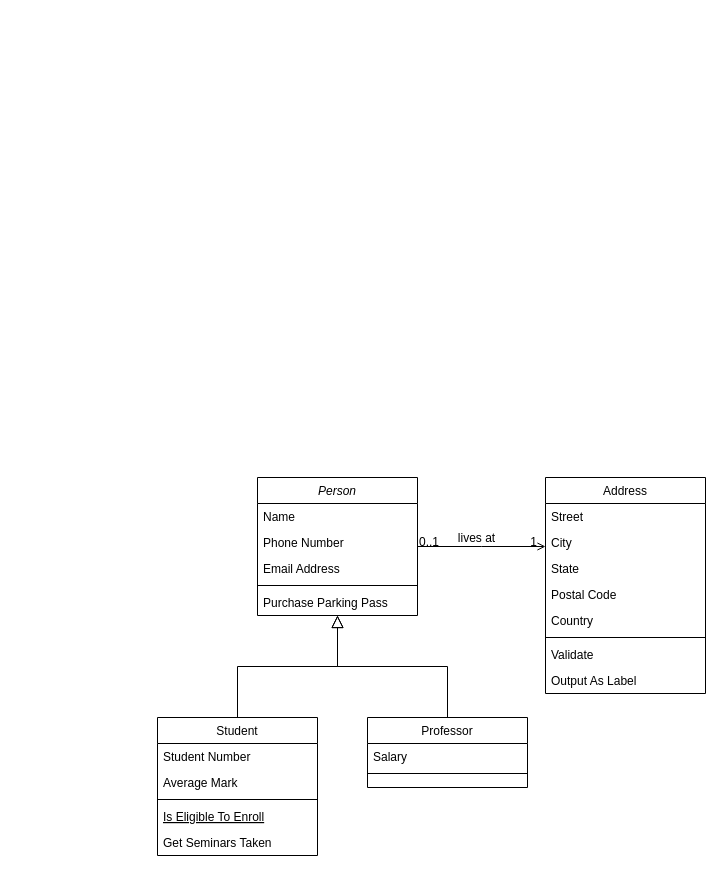
This is Diagrama sin título.drawio from WhitneySt/preworkshop-back, a draw.io file, before an edit. Source tidied: cells renumbered, new cells numbered last; positions are measured from the earlier drawing's top-left corner, leaving out a move shared by most shapes. Both pictures are drawn from the tidied source at 100%, with x=0, y=0 at pixel (157, 477).
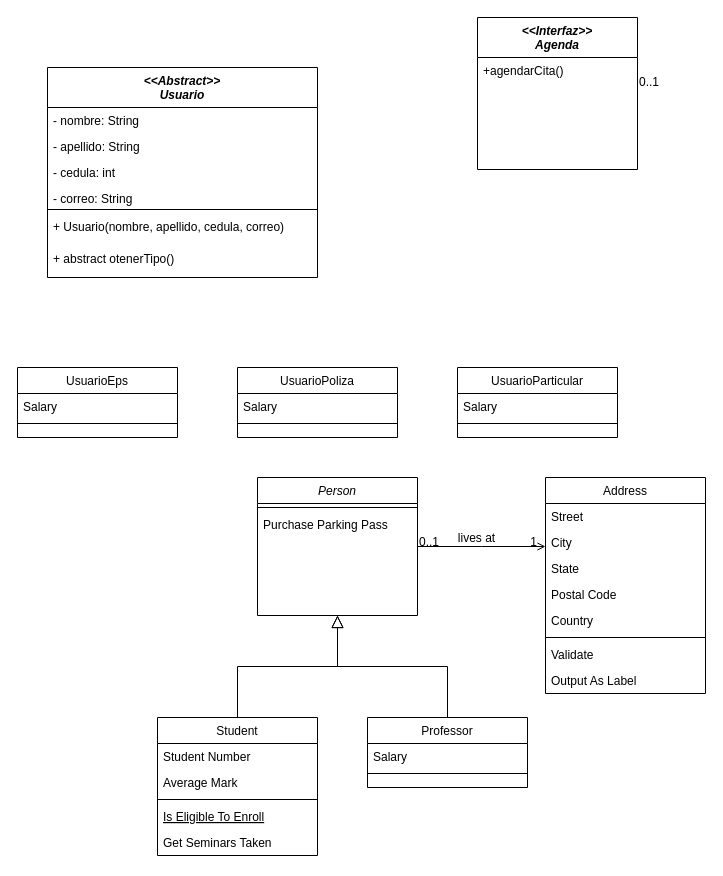
After the change.

Commit message:
Diagrama UML

The change refers to these unchanged cells:
```xml
<mxCell id="2" value="Person" style="swimlane;fontStyle=2;align=center;verticalAlign=top;horizontal=1;startSize=26;rounded=0;shadow=0;strokeWidth=1;" parent="1" vertex="1">
  <mxGeometry x="100" width="160" height="138" as="geometry" />
</mxCell>
```

The edit, as a diff of the source:
```diff
@@
-    <mxCell id="3" value="Name" style="text;align=left;verticalAlign=top;spacingLeft=4;spacingRight=4;overflow=hidden;" parent="2" vertex="1">
-      <mxGeometry y="26" width="160" height="26" as="geometry" />
-    </mxCell>
-    <mxCell id="4" value="Phone Number" style="text;align=left;verticalAlign=top;spacingLeft=4;spacingRight=4;overflow=hidden;rounded=0;shadow=0;html=0;" parent="2" vertex="1">
-      <mxGeometry y="52" width="160" height="26" as="geometry" />
-    </mxCell>
-    <mxCell id="5" value="Email Address" style="text;align=left;verticalAlign=top;spacingLeft=4;spacingRight=4;overflow=hidden;rounded=0;shadow=0;html=0;" parent="2" vertex="1">
-      <mxGeometry y="78" width="160" height="26" as="geometry" />
-    </mxCell>
     <mxCell id="6" style="line;html=1;strokeWidth=1;align=left;verticalAlign=middle;spacingTop=-1;spacingLeft=3;spacingRight=3;labelPosition=right;" parent="2" vertex="1">
-      <mxGeometry y="104" width="160" height="8" as="geometry" />
+      <mxGeometry y="26" width="160" height="8" as="geometry" />
     </mxCell>
     <mxCell id="7" value="Purchase Parking Pass" style="text;align=left;verticalAlign=top;spacingLeft=4;spacingRight=4;overflow=hidden;" parent="2" vertex="1">
-      <mxGeometry y="112" width="160" height="26" as="geometry" />
+      <mxGeometry y="34" width="160" height="26" as="geometry" />
     </mxCell>
@@
+    <mxCell id="32" value="&lt;&lt;Interfaz&gt;&gt;&#10;Agenda" style="swimlane;fontStyle=3;align=center;verticalAlign=top;horizontal=1;startSize=40;rounded=0;shadow=0;strokeWidth=1;" parent="1" vertex="1">
+      <mxGeometry x="320" y="-460" width="160" height="152" as="geometry" />
+    </mxCell>
+    <mxCell id="33" value="+agendarCita()" style="text;align=left;verticalAlign=top;spacingLeft=4;spacingRight=4;overflow=hidden;" parent="32" vertex="1">
+      <mxGeometry y="40" width="160" height="26" as="geometry" />
+    </mxCell>
+    <mxCell id="34" value="0..1" style="align=left;verticalAlign=bottom;labelBackgroundColor=none;fontSize=12;" parent="1" vertex="1">
+      <mxGeometry x="480" y="-387" as="geometry" />
+    </mxCell>
+    <mxCell id="35" value="&lt;&lt;Abstract&gt;&gt;&#10;Usuario" style="swimlane;fontStyle=3;align=center;verticalAlign=top;horizontal=1;startSize=40;rounded=0;shadow=0;strokeWidth=1;" parent="1" vertex="1">
+      <mxGeometry x="-110" y="-410" width="270" height="210" as="geometry" />
+    </mxCell>
+    <mxCell id="36" value="- nombre: String" style="text;align=left;verticalAlign=top;spacingLeft=4;spacingRight=4;overflow=hidden;" parent="35" vertex="1">
+      <mxGeometry y="40" width="270" height="26" as="geometry" />
+    </mxCell>
+    <mxCell id="37" value="- apellido: String" style="text;align=left;verticalAlign=top;spacingLeft=4;spacingRight=4;overflow=hidden;" parent="35" vertex="1">
+      <mxGeometry y="66" width="270" height="26" as="geometry" />
+    </mxCell>
+    <mxCell id="38" value="- cedula: int " style="text;align=left;verticalAlign=top;spacingLeft=4;spacingRight=4;overflow=hidden;" parent="35" vertex="1">
+      <mxGeometry y="92" width="270" height="26" as="geometry" />
+    </mxCell>
+    <mxCell id="39" value="- correo: String" style="text;align=left;verticalAlign=top;spacingLeft=4;spacingRight=4;overflow=hidden;" parent="35" vertex="1">
+      <mxGeometry y="118" width="270" height="20" as="geometry" />
+    </mxCell>
+    <mxCell id="40" style="line;html=1;strokeWidth=1;align=left;verticalAlign=middle;spacingTop=-1;spacingLeft=3;spacingRight=3;labelPosition=right;" parent="35" vertex="1">
+      <mxGeometry y="138" width="270" height="8" as="geometry" />
+    </mxCell>
+    <mxCell id="41" value="+ Usuario(nombre, apellido, cedula, correo)" style="text;align=left;verticalAlign=top;spacingLeft=4;spacingRight=4;overflow=hidden;" parent="35" vertex="1">
+      <mxGeometry y="146" width="270" height="32" as="geometry" />
+    </mxCell>
+    <mxCell id="42" value="+ abstract otenerTipo()" style="text;align=left;verticalAlign=top;spacingLeft=4;spacingRight=4;overflow=hidden;" parent="35" vertex="1">
+      <mxGeometry y="178" width="270" height="26" as="geometry" />
+    </mxCell>
+    <mxCell id="43" value="UsuarioEps" style="swimlane;fontStyle=0;align=center;verticalAlign=top;horizontal=1;startSize=26;rounded=0;shadow=0;strokeWidth=1;" parent="1" vertex="1">
+      <mxGeometry x="-140" y="-110" width="160" height="70" as="geometry" />
+    </mxCell>
+    <mxCell id="44" value="Salary" style="text;align=left;verticalAlign=top;spacingLeft=4;spacingRight=4;overflow=hidden;" parent="43" vertex="1">
+      <mxGeometry y="26" width="160" height="26" as="geometry" />
+    </mxCell>
+    <mxCell id="45" style="line;html=1;strokeWidth=1;align=left;verticalAlign=middle;spacingTop=-1;spacingLeft=3;spacingRight=3;labelPosition=right;" parent="43" vertex="1">
+      <mxGeometry y="52" width="160" height="8" as="geometry" />
+    </mxCell>
+    <mxCell id="46" value="UsuarioPoliza" style="swimlane;fontStyle=0;align=center;verticalAlign=top;horizontal=1;startSize=26;rounded=0;shadow=0;strokeWidth=1;" parent="1" vertex="1">
+      <mxGeometry x="80" y="-110" width="160" height="70" as="geometry" />
+    </mxCell>
+    <mxCell id="47" value="Salary" style="text;align=left;verticalAlign=top;spacingLeft=4;spacingRight=4;overflow=hidden;" parent="46" vertex="1">
+      <mxGeometry y="26" width="160" height="26" as="geometry" />
+    </mxCell>
+    <mxCell id="48" style="line;html=1;strokeWidth=1;align=left;verticalAlign=middle;spacingTop=-1;spacingLeft=3;spacingRight=3;labelPosition=right;" parent="46" vertex="1">
+      <mxGeometry y="52" width="160" height="8" as="geometry" />
+    </mxCell>
+    <mxCell id="49" value="UsuarioParticular" style="swimlane;fontStyle=0;align=center;verticalAlign=top;horizontal=1;startSize=26;rounded=0;shadow=0;strokeWidth=1;" parent="1" vertex="1">
+      <mxGeometry x="300" y="-110" width="160" height="70" as="geometry" />
+    </mxCell>
+    <mxCell id="50" value="Salary" style="text;align=left;verticalAlign=top;spacingLeft=4;spacingRight=4;overflow=hidden;" parent="49" vertex="1">
+      <mxGeometry y="26" width="160" height="26" as="geometry" />
+    </mxCell>
+    <mxCell id="51" style="line;html=1;strokeWidth=1;align=left;verticalAlign=middle;spacingTop=-1;spacingLeft=3;spacingRight=3;labelPosition=right;" parent="49" vertex="1">
+      <mxGeometry y="52" width="160" height="8" as="geometry" />
+    </mxCell>
```
